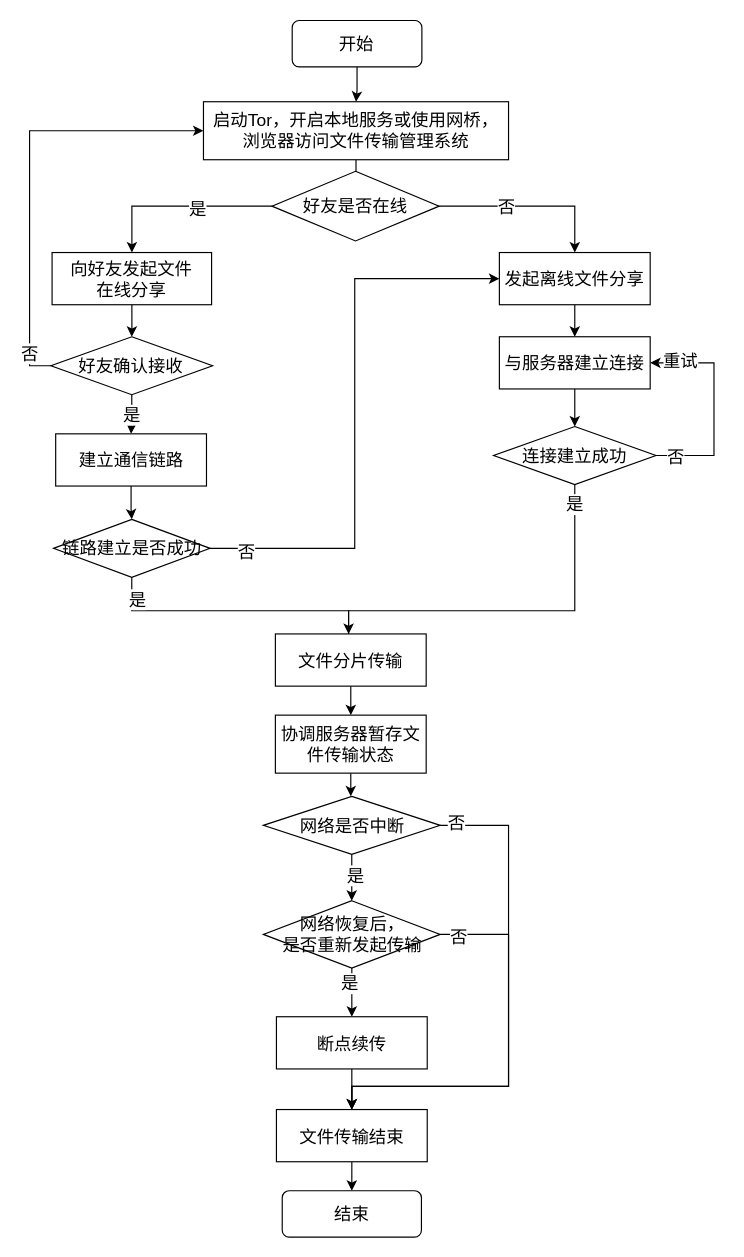
Before: 文件传输流程图.drawio in Whistle1988/code, a draw.io diagram. Source tidied: cells renumbered, new cells numbered last; positions are measured from the earlier drawing's top-left corner, leaving out a move shared by most shapes. Both pictures are drawn from the tidied source at 116%, with x=0, y=0 at pixel (29, 20).
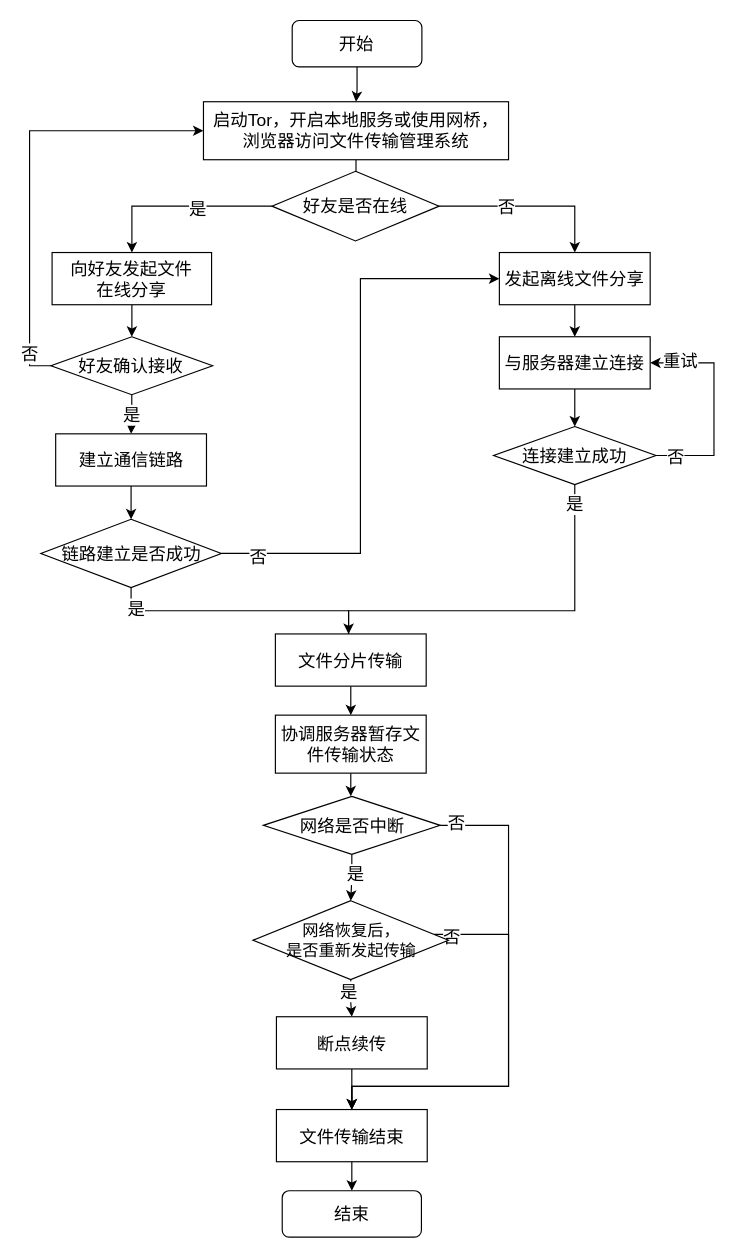
After the change.

Commit message:
Update 文件传输流程图.drawio

What changed in the source:
```diff
@@
     <mxCell id="25" value="链路建立是否成功" style="rhombus;whiteSpace=wrap;html=1;rounded=0;fontSize=15;" parent="1" vertex="1">
-      <mxGeometry x="20.6" y="430.2" width="135" height="50" as="geometry" />
+      <mxGeometry x="9.7" y="430.2" width="155.6" height="58.8" as="geometry" />
     </mxCell>
@@
-    <mxCell id="45" value="&lt;span&gt;网络恢复后，&lt;/span&gt;&lt;br&gt;&lt;span&gt;是否重新发起传输&lt;/span&gt;" style="rhombus;whiteSpace=wrap;html=1;rounded=0;fontSize=15;" parent="1" vertex="1">
-      <mxGeometry x="201.5" y="759" width="152.5" height="58" as="geometry" />
+    <mxCell id="45" value="&lt;p&gt;&lt;span style=&quot;font-size: 14px&quot;&gt;网络恢复后，&lt;br&gt;&lt;/span&gt;&lt;span style=&quot;font-size: 14px&quot;&gt;是否重新发起传输&lt;/span&gt;&lt;/p&gt;" style="rhombus;whiteSpace=wrap;html=1;rounded=0;fontSize=14;" parent="1" vertex="1">
+      <mxGeometry x="192.6" y="759" width="168.5" height="68" as="geometry" />
     </mxCell>
```
